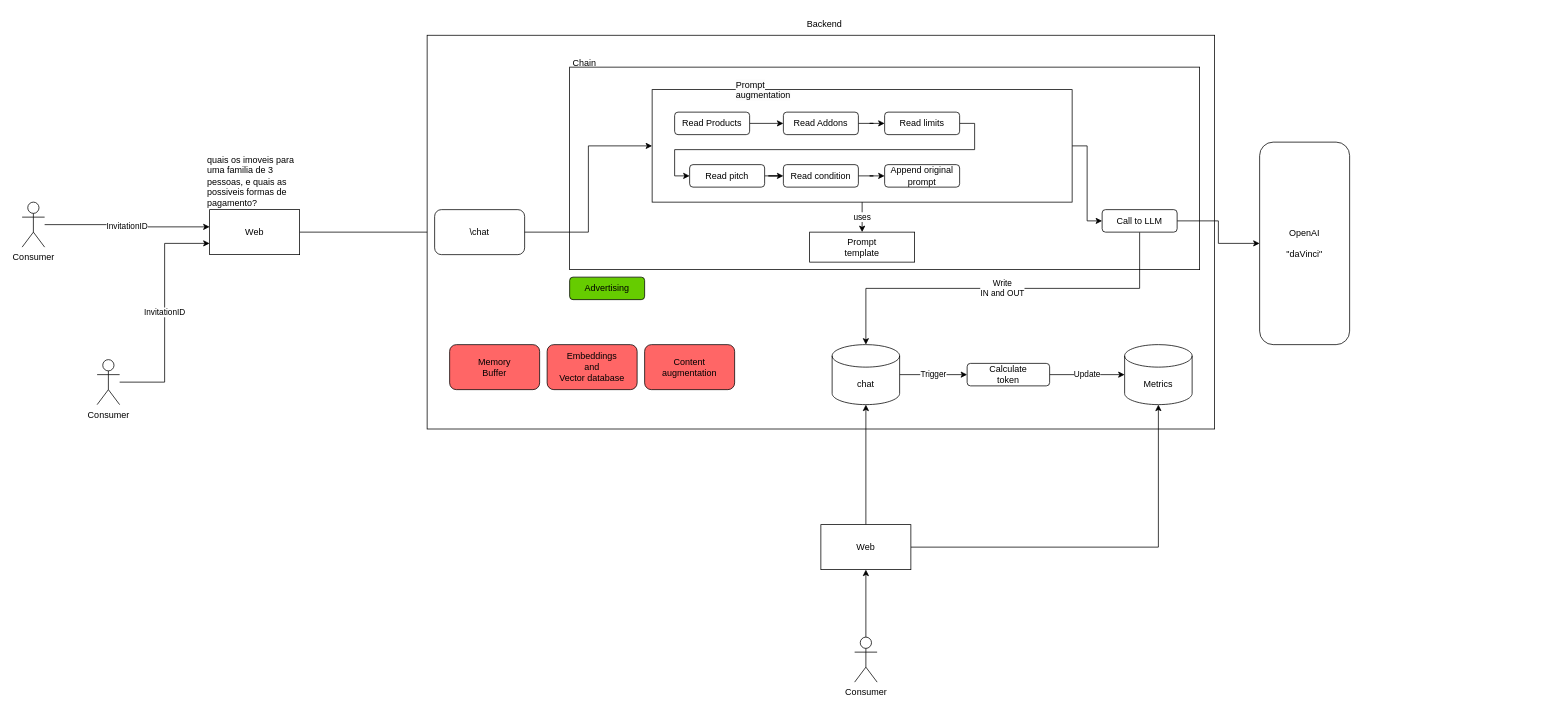
Earlier version of the draw.io diagram page "Chat_chain" (9 of 10) of doc/MER.drawio (leucir/iara-web). Source tidied: cells renumbered, new cells numbered last; positions are measured from the earlier drawing's top-left corner, leaving out a move shared by most shapes. Both pictures are drawn from the tidied source at 75%, with x=0, y=0 at pixel (22, 13).
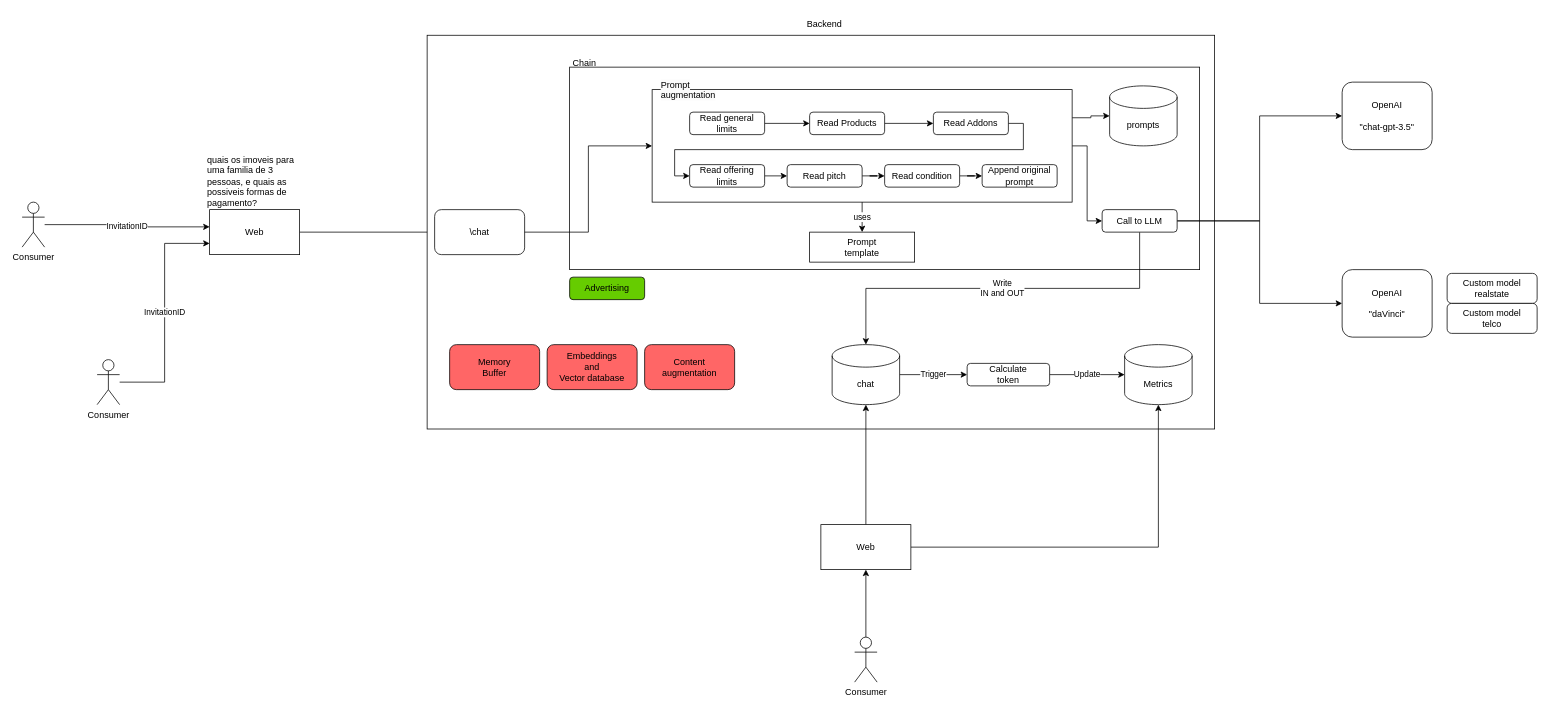
The same diagram, later.

Commit message (it also covers changes not shown here):
adjusting data folder and diagrams

The change refers to these unchanged cells:
```xml
<mxCell id="14" style="whiteSpace=wrap;html=1;rounded=0;" parent="1" vertex="1">
  <mxGeometry x="840" y="102" width="560" height="150" as="geometry" />
</mxCell>
<mxCell id="29" value="chat" style="shape=cylinder3;whiteSpace=wrap;html=1;boundedLbl=1;backgroundOutline=1;size=15;" parent="1" vertex="1">
  <mxGeometry x="1080" y="442" width="90" height="80" as="geometry" />
</mxCell>
<mxCell id="34" value="Call to LLM" style="rounded=1;whiteSpace=wrap;html=1;" parent="1" vertex="1">
  <mxGeometry x="1440" y="262" width="100" height="30" as="geometry" />
</mxCell>
```

What changed in the source:
```diff
@@
     <mxCell id="10" value="OpenAI&lt;br&gt;&lt;br&gt;&quot;daVinci&quot;" style="rounded=1;whiteSpace=wrap;html=1;" parent="1" vertex="1">
-      <mxGeometry x="1650" y="172" width="120" height="270" as="geometry" />
+      <mxGeometry x="1760" y="342" width="120" height="90" as="geometry" />
     </mxCell>
@@
+    <mxCell id="49" style="edgeStyle=orthogonalEdgeStyle;rounded=0;jettySize=auto;html=1;exitX=1;exitY=0.25;exitDx=0;exitDy=0;entryX=0;entryY=0.5;entryDx=0;entryDy=0;entryPerimeter=0;" parent="1" edge="1" source="14" target="56">
+      <mxGeometry relative="1" as="geometry" />
+    </mxCell>
@@
     <mxCell id="17" value="Read Products" style="rounded=1;whiteSpace=wrap;html=1;" parent="1" vertex="1">
-      <mxGeometry x="870" y="132" width="100" height="30" as="geometry" />
+      <mxGeometry x="1050" y="132" width="100" height="30" as="geometry" />
     </mxCell>
     <mxCell id="18" value="&lt;span style=&quot;color: rgb(0, 0, 0); font-family: Helvetica; font-size: 12px; font-style: normal; font-variant-ligatures: normal; font-variant-caps: normal; font-weight: 400; letter-spacing: normal; orphans: 2; text-align: center; text-indent: 0px; text-transform: none; widows: 2; word-spacing: 0px; -webkit-text-stroke-width: 0px; background-color: rgb(251, 251, 251); text-decoration-thickness: initial; text-decoration-style: initial; text-decoration-color: initial; float: none; display: inline !important;&quot;&gt;Prompt&lt;/span&gt;&lt;br style=&quot;border-color: var(--border-color); color: rgb(0, 0, 0); font-family: Helvetica; font-size: 12px; font-style: normal; font-variant-ligatures: normal; font-variant-caps: normal; font-weight: 400; letter-spacing: normal; orphans: 2; text-align: center; text-indent: 0px; text-transform: none; widows: 2; word-spacing: 0px; -webkit-text-stroke-width: 0px; background-color: rgb(251, 251, 251); text-decoration-thickness: initial; text-decoration-style: initial; text-decoration-color: initial;&quot;&gt;&lt;span style=&quot;color: rgb(0, 0, 0); font-family: Helvetica; font-size: 12px; font-style: normal; font-variant-ligatures: normal; font-variant-caps: normal; font-weight: 400; letter-spacing: normal; orphans: 2; text-align: center; text-indent: 0px; text-transform: none; widows: 2; word-spacing: 0px; -webkit-text-stroke-width: 0px; background-color: rgb(251, 251, 251); text-decoration-thickness: initial; text-decoration-style: initial; text-decoration-color: initial; float: none; display: inline !important;&quot;&gt;augmentation&lt;/span&gt;" style="text;whiteSpace=wrap;html=1;" parent="1" vertex="1">
-      <mxGeometry x="950" y="82" width="110" height="50" as="geometry" />
+      <mxGeometry x="850" y="82" width="110" height="50" as="geometry" />
     </mxCell>
-    <mxCell id="19" style="edgeStyle=orthogonalEdgeStyle;rounded=0;jettySize=auto;html=1;entryX=0;entryY=0.5;entryDx=0;entryDy=0;" parent="1" edge="1" source="20" target="22">
+    <mxCell id="19" style="edgeStyle=orthogonalEdgeStyle;rounded=0;jettySize=auto;html=1;entryX=0;entryY=0.5;entryDx=0;entryDy=0;exitX=1;exitY=0.5;exitDx=0;exitDy=0;" parent="1" edge="1" source="20" target="22">
       <mxGeometry relative="1" as="geometry" />
     </mxCell>
     <mxCell id="20" value="Read Addons" style="rounded=1;whiteSpace=wrap;html=1;" parent="1" vertex="1">
-      <mxGeometry x="1015" y="132" width="100" height="30" as="geometry" />
+      <mxGeometry x="1215" y="132" width="100" height="30" as="geometry" />
     </mxCell>
@@
-    <mxCell id="22" value="Read limits" style="rounded=1;whiteSpace=wrap;html=1;" parent="1" vertex="1">
-      <mxGeometry x="1150" y="132" width="100" height="30" as="geometry" />
+    <mxCell id="22" value="Read offering limits" style="rounded=1;whiteSpace=wrap;html=1;" parent="1" vertex="1">
+      <mxGeometry x="890" y="202" width="100" height="30" as="geometry" />
     </mxCell>
@@
     <mxCell id="24" value="Read pitch" style="rounded=1;whiteSpace=wrap;html=1;" parent="1" vertex="1">
-      <mxGeometry x="890" y="202" width="100" height="30" as="geometry" />
+      <mxGeometry x="1020" y="202" width="100" height="30" as="geometry" />
     </mxCell>
@@
     <mxCell id="26" value="Read condition" style="rounded=1;whiteSpace=wrap;html=1;" parent="1" vertex="1">
-      <mxGeometry x="1015" y="202" width="100" height="30" as="geometry" />
+      <mxGeometry x="1150" y="202" width="100" height="30" as="geometry" />
     </mxCell>
     <mxCell id="27" value="Append original&lt;br&gt;prompt" style="rounded=1;whiteSpace=wrap;html=1;" parent="1" vertex="1">
-      <mxGeometry x="1150" y="202" width="100" height="30" as="geometry" />
+      <mxGeometry x="1280" y="202" width="100" height="30" as="geometry" />
     </mxCell>
@@
+    <mxCell id="33" value="Write&lt;br&gt;IN and OUT" style="edgeStyle=orthogonalEdgeStyle;rounded=0;jettySize=auto;html=1;exitX=0.5;exitY=1;exitDx=0;exitDy=0;entryX=0.5;entryY=0;entryDx=0;entryDy=0;entryPerimeter=0;" parent="1" edge="1" source="34" target="29">
+      <mxGeometry relative="1" as="geometry" />
+    </mxCell>
+    <mxCell id="50" style="edgeStyle=orthogonalEdgeStyle;rounded=0;jettySize=auto;html=1;entryX=0;entryY=0.5;entryDx=0;entryDy=0;" parent="1" edge="1" source="34" target="51">
+      <mxGeometry relative="1" as="geometry" />
+    </mxCell>
     <mxCell id="32" style="edgeStyle=orthogonalEdgeStyle;rounded=0;jettySize=auto;html=1;entryX=0;entryY=0.5;entryDx=0;entryDy=0;" parent="1" edge="1" source="34" target="10">
-      <mxGeometry relative="1" as="geometry">
-        <Array as="points">
-          <mxPoint x="1595" y="277" />
-          <mxPoint x="1595" y="307" />
-        </Array>
-      </mxGeometry>
+      <mxGeometry relative="1" as="geometry" />
     </mxCell>
-    <mxCell id="33" value="Write&lt;br&gt;IN and OUT" style="edgeStyle=orthogonalEdgeStyle;rounded=0;jettySize=auto;html=1;exitX=0.5;exitY=1;exitDx=0;exitDy=0;entryX=0.5;entryY=0;entryDx=0;entryDy=0;entryPerimeter=0;" parent="1" edge="1" source="34" target="29">
-      <mxGeometry relative="1" as="geometry" />
-    </mxCell>
@@
+    <mxCell id="51" value="OpenAI&lt;br&gt;&lt;br&gt;&quot;chat-gpt-3.5&quot;" style="rounded=1;whiteSpace=wrap;html=1;" parent="1" vertex="1">
+      <mxGeometry x="1760" y="92" width="120" height="90" as="geometry" />
+    </mxCell>
+    <mxCell id="52" style="edgeStyle=orthogonalEdgeStyle;rounded=0;jettySize=auto;html=1;" parent="1" edge="1" source="53" target="17">
+      <mxGeometry relative="1" as="geometry" />
+    </mxCell>
+    <mxCell id="53" value="Read general limits" style="rounded=1;whiteSpace=wrap;html=1;" parent="1" vertex="1">
+      <mxGeometry x="890" y="132" width="100" height="30" as="geometry" />
+    </mxCell>
+    <mxCell id="54" value="Custom model&lt;br&gt;realstate" style="rounded=1;whiteSpace=wrap;html=1;" parent="1" vertex="1">
+      <mxGeometry x="1900" y="347" width="120" height="40" as="geometry" />
+    </mxCell>
+    <mxCell id="55" value="Custom model&lt;br&gt;telco" style="rounded=1;whiteSpace=wrap;html=1;" parent="1" vertex="1">
+      <mxGeometry x="1900" y="387" width="120" height="40" as="geometry" />
+    </mxCell>
+    <mxCell id="56" value="prompts" style="shape=cylinder3;whiteSpace=wrap;html=1;boundedLbl=1;backgroundOutline=1;size=15;" parent="1" vertex="1">
+      <mxGeometry x="1450" y="97" width="90" height="80" as="geometry" />
+    </mxCell>
```
